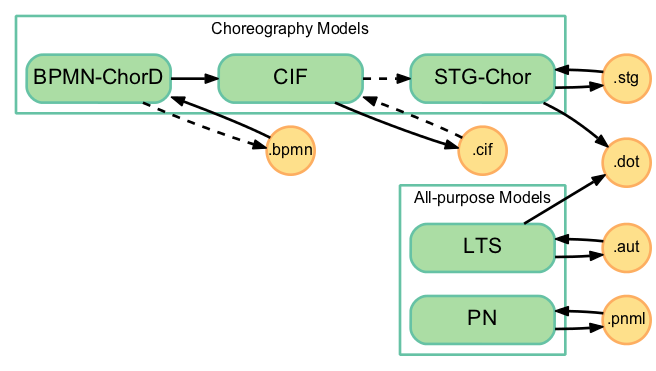
Before: files/overview.png, a diagram exported from Graphviz (pascalpoizat/fmt). Its source is kept beside it as files/overview.dot. The source it was exported from:
```dot
digraph overview {
rankdir=LR;
fontname="Arial";
fontsize="12";
bgcolor="transparent";
concentrate=true;
edge [style=bold, color=black];

subgraph no_cluster_models {
color = "/spectral10/8";
style = "bold";
node  [style="filled,bold,rounded", shape=box, fixedsize=true, width=1.5, fontname="Arial", fontsize="16", color="/spectral10/8", fillcolor="/spectral10/7"];

subgraph cluster_choreography_models {
label = "Choreography Models";
bpmnchord [label="BPMN-ChorD"];
cif [label="CIF"];
stgchor [label="STG-Chor"];
}

subgraph cluster_allpurpose_models {
label = "All-purpose Models";
lts [label="LTS"];
pn [label="PN"];
}

}

subgraph no_cluster_files {
label = "Files";
color = "/spectral10/4";
style = "bold";
node  [style="filled,bold", shape=circle, fixedsize=true, width=0.5, fontname="Arial", fontsize="12", color="/spectral10/4", fillcolor="/spectral10/5"];

file_bpmn [label=".bpmn"];
file_cif [label=".cif"];
file_aut [label=".aut"];
file_dot [label=".dot"];
file_pnml [label=".pnml"];
file_stg [label=".stg"];
}

bpmnchord->cif;
file_cif->cif [style="dashed,bold", color=black];
bpmnchord->file_bpmn [style="dashed,bold", color=black];
cif->stgchor [style="dashed,bold", color=black];

cif->file_cif;
file_bpmn->bpmnchord;
lts->file_aut;
file_aut->lts;
lts->file_dot;
pn->file_pnml;
file_pnml->pn;
stgchor->file_dot;
file_stg->stgchor;
stgchor->file_stg;

}
```
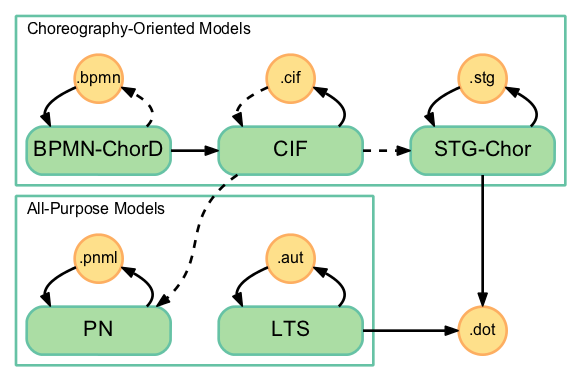
Later version of the same file.

Change to the diagram source:
```diff
@@ -5,55 +5,56 @@
 bgcolor="transparent";
 concentrate=true;
 edge [style=bold, color=black];
-
-subgraph no_cluster_models {
 color = "/spectral10/8";
 style = "bold";
-node  [style="filled,bold,rounded", shape=box, fixedsize=true, width=1.5, fontname="Arial", fontsize="16", color="/spectral10/8", fillcolor="/spectral10/7"];
 
 subgraph cluster_choreography_models {
-label = "Choreography Models";
+labeljust="l";
+label = "Choreography-Oriented Models";
+node  [style="filled,bold", shape=circle, fixedsize=true, width=0.5, fontname="Arial", fontsize="12", color="/spectral10/4", fillcolor="/spectral10/5"];
+file_bpmn [label=".bpmn"];
+file_cif [label=".cif"];
+file_stg [label=".stg"];
+node  [style="filled,bold,rounded", shape=box, fixedsize=true, width=1.5, fontname="Arial", fontsize="16", color="/spectral10/8", fillcolor="/spectral10/7"];
 bpmnchord [label="BPMN-ChorD"];
 cif [label="CIF"];
 stgchor [label="STG-Chor"];
+bpmnchord->cif;
+bpmnchord->file_bpmn [style="dashed,bold"];
+file_bpmn->bpmnchord;
+cif->file_cif [style="solid,bold"];
+stgchor->file_stg;
+file_stg->stgchor;
+cif->stgchor [style="dashed,bold"];
+file_cif->cif [style="dashed,bold"];
+{rank=same;cif;file_cif;}
+{rank=same;bpmnchord;file_bpmn;}
+{rank=same;stgchor;file_stg;}
 }
 
 subgraph cluster_allpurpose_models {
-label = "All-purpose Models";
+labeljust="l";
+label = "All-Purpose Models";
+node  [style="filled,bold", shape=circle, fixedsize=true, width=0.5, fontname="Arial", fontsize="12", color="/spectral10/4", fillcolor="/spectral10/5"];
+file_pnml [label=".pnml"];
+file_aut [label=".aut"];
+node  [style="filled,bold,rounded", shape=box, fixedsize=true, width=1.5, fontname="Arial", fontsize="16", color="/spectral10/8", fillcolor="/spectral10/7"];
+pn [label="PN"];
 lts [label="LTS"];
-pn [label="PN"];
+lts->file_aut;
+file_aut->lts;
+pn->file_pnml;
+file_pnml->pn;
+pn->lts [style="invis"];
+{rank=same;pn;file_pnml;}
+{rank=same;lts;file_aut;}
 }
 
-}
+node  [style="filled,bold", shape=circle, fixedsize=true, width=0.5, fontname="Arial", fontsize="12", color="/spectral10/4", fillcolor="/spectral10/5"];
+file_dot [label=".dot"];
+cif->pn [style="dashed, bold", color=black, constraint=false];
 
-subgraph no_cluster_files {
-label = "Files";
-color = "/spectral10/4";
-style = "bold";
-node  [style="filled,bold", shape=circle, fixedsize=true, width=0.5, fontname="Arial", fontsize="12", color="/spectral10/4", fillcolor="/spectral10/5"];
-
-file_bpmn [label=".bpmn"];
-file_cif [label=".cif"];
-file_aut [label=".aut"];
-file_dot [label=".dot"];
-file_pnml [label=".pnml"];
-file_stg [label=".stg"];
-}
-
-bpmnchord->cif;
-file_cif->cif [style="dashed,bold", color=black];
-bpmnchord->file_bpmn [style="dashed,bold", color=black];
-cif->stgchor [style="dashed,bold", color=black];
-
-cif->file_cif;
-file_bpmn->bpmnchord;
-lts->file_aut;
-file_aut->lts;
 lts->file_dot;
-pn->file_pnml;
-file_pnml->pn;
-stgchor->file_dot;
-file_stg->stgchor;
-stgchor->file_stg;
+stgchor->file_dot [constraint=false];
 
 }
```
